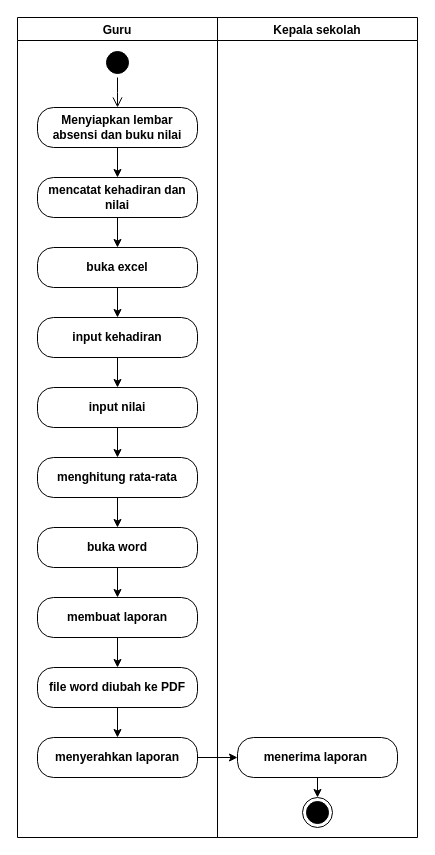
Before: aktifitas sebelum.drawio in k-bar-r/diagram, a draw.io diagram. Source tidied: cells renumbered, new cells numbered last; positions are measured from the earlier drawing's top-left corner, leaving out a move shared by most shapes. Both pictures are drawn from the tidied source at 100%, with x=0, y=0 at pixel (17, 17).
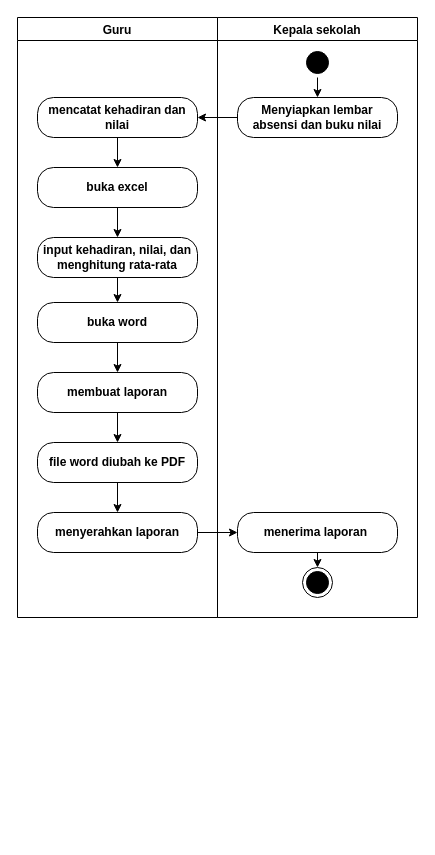
The same diagram, later.

What changed in the source:
```diff
@@
     <mxCell id="2" value="Guru" style="swimlane;rounded=0;align=center;verticalAlign=middle;fontFamily=Helvetica;fontSize=12;fontColor=light-dark(#000000,#000000);fillColor=none;gradientColor=none;strokeColor=light-dark(#000000,#000000);" parent="1" vertex="1">
-      <mxGeometry width="200" height="820" as="geometry" />
+      <mxGeometry width="200" height="600" as="geometry" />
     </mxCell>
-    <mxCell id="3" style="ellipse;html=1;shape=startState;fillColor=light-dark(#000000,#000000);strokeColor=light-dark(#000000,#000000);rounded=1;align=center;verticalAlign=middle;arcSize=40;fontFamily=Helvetica;fontSize=12;fontColor=light-dark(#000000,#000000);fontStyle=1;labelBackgroundColor=none;" parent="2" vertex="1">
-      <mxGeometry x="85" y="30" width="30" height="30" as="geometry" />
-    </mxCell>
-    <mxCell id="4" style="edgeStyle=orthogonalEdgeStyle;html=1;verticalAlign=bottom;endArrow=open;endSize=8;strokeColor=light-dark(#000000,#000000);rounded=0;align=center;fontFamily=Helvetica;fontSize=12;fontColor=light-dark(#000000,#000000);fontStyle=1;labelBackgroundColor=none;" parent="2" edge="1" source="3">
-      <mxGeometry relative="1" as="geometry">
-        <mxPoint x="100" y="90" as="targetPoint" />
-      </mxGeometry>
-    </mxCell>
-    <mxCell id="5" style="edgeStyle=orthogonalEdgeStyle;shape=connector;rounded=0;jettySize=auto;html=1;exitX=0.5;exitY=1;exitDx=0;exitDy=0;entryX=0.5;entryY=0;entryDx=0;entryDy=0;strokeColor=light-dark(#000000,#000000);align=center;verticalAlign=middle;fontFamily=Helvetica;fontSize=12;fontColor=light-dark(#000000,#000000);fontStyle=1;labelBackgroundColor=none;endArrow=classic;" parent="2" edge="1" source="6" target="8">
-      <mxGeometry relative="1" as="geometry" />
-    </mxCell>
-    <mxCell id="6" value="Menyiapkan lembar absensi dan buku nilai" style="rounded=1;whiteSpace=wrap;html=1;arcSize=40;fontColor=light-dark(#000000,#000000);fillColor=none;strokeColor=light-dark(#000000,#000000);align=center;verticalAlign=middle;fontFamily=Helvetica;fontSize=12;fontStyle=1;labelBackgroundColor=none;" parent="2" vertex="1">
-      <mxGeometry x="20" y="90" width="160" height="40" as="geometry" />
-    </mxCell>
@@
     <mxCell id="8" value="mencatat kehadiran dan nilai" style="rounded=1;whiteSpace=wrap;html=1;arcSize=40;fontColor=light-dark(#000000,#000000);fillColor=none;strokeColor=light-dark(#000000,#000000);align=center;verticalAlign=middle;fontFamily=Helvetica;fontSize=12;fontStyle=1;labelBackgroundColor=none;" parent="2" vertex="1">
-      <mxGeometry x="20" y="160" width="160" height="40" as="geometry" />
+      <mxGeometry x="20" y="80" width="160" height="40" as="geometry" />
     </mxCell>
@@
     <mxCell id="10" value="buka excel" style="rounded=1;whiteSpace=wrap;html=1;arcSize=40;fontColor=light-dark(#000000,#000000);fillColor=none;strokeColor=light-dark(#000000,#000000);align=center;verticalAlign=middle;fontFamily=Helvetica;fontSize=12;fontStyle=1;labelBackgroundColor=none;" parent="2" vertex="1">
-      <mxGeometry x="20" y="230" width="160" height="40" as="geometry" />
+      <mxGeometry x="20" y="150" width="160" height="40" as="geometry" />
     </mxCell>
-    <mxCell id="11" style="edgeStyle=orthogonalEdgeStyle;shape=connector;rounded=0;jettySize=auto;html=1;exitX=0.5;exitY=1;exitDx=0;exitDy=0;entryX=0.5;entryY=0;entryDx=0;entryDy=0;strokeColor=light-dark(#000000,#000000);align=center;verticalAlign=middle;fontFamily=Helvetica;fontSize=12;fontColor=light-dark(#000000,#000000);fontStyle=1;labelBackgroundColor=none;endArrow=classic;" parent="2" edge="1" source="12" target="14">
-      <mxGeometry relative="1" as="geometry" />
-    </mxCell>
+    <mxCell id="29" style="edgeStyle=orthogonalEdgeStyle;shape=connector;rounded=0;jettySize=auto;html=1;exitX=0.5;exitY=1;exitDx=0;exitDy=0;entryX=0.5;entryY=0;entryDx=0;entryDy=0;strokeColor=light-dark(#000000,#000000);align=center;verticalAlign=middle;fontFamily=Helvetica;fontSize=12;fontColor=light-dark(#000000,#000000);fontStyle=1;labelBackgroundColor=none;endArrow=classic;" parent="2" edge="1" source="12" target="18">
+      <mxGeometry relative="1" as="geometry" />
+    </mxCell>
-    <mxCell id="12" value="input kehadiran" style="rounded=1;whiteSpace=wrap;html=1;arcSize=40;fontColor=light-dark(#000000,#000000);fillColor=none;strokeColor=light-dark(#000000,#000000);align=center;verticalAlign=middle;fontFamily=Helvetica;fontSize=12;fontStyle=1;labelBackgroundColor=none;" parent="2" vertex="1">
-      <mxGeometry x="20" y="300" width="160" height="40" as="geometry" />
+    <mxCell id="12" value="input kehadiran, nilai, dan menghitung rata-rata" style="rounded=1;whiteSpace=wrap;html=1;arcSize=40;fontColor=light-dark(#000000,#000000);fillColor=none;strokeColor=light-dark(#000000,#000000);align=center;verticalAlign=middle;fontFamily=Helvetica;fontSize=12;fontStyle=1;labelBackgroundColor=none;" parent="2" vertex="1">
+      <mxGeometry x="20" y="220" width="160" height="40" as="geometry" />
     </mxCell>
-    <mxCell id="13" style="edgeStyle=orthogonalEdgeStyle;shape=connector;rounded=0;jettySize=auto;html=1;exitX=0.5;exitY=1;exitDx=0;exitDy=0;entryX=0.5;entryY=0;entryDx=0;entryDy=0;strokeColor=light-dark(#000000,#000000);align=center;verticalAlign=middle;fontFamily=Helvetica;fontSize=12;fontColor=light-dark(#000000,#000000);fontStyle=1;labelBackgroundColor=none;endArrow=classic;" parent="2" edge="1" source="14" target="16">
-      <mxGeometry relative="1" as="geometry" />
-    </mxCell>
-    <mxCell id="14" value="input nilai" style="rounded=1;whiteSpace=wrap;html=1;arcSize=40;fontColor=light-dark(#000000,#000000);fillColor=none;strokeColor=light-dark(#000000,#000000);align=center;verticalAlign=middle;fontFamily=Helvetica;fontSize=12;fontStyle=1;labelBackgroundColor=none;" parent="2" vertex="1">
-      <mxGeometry x="20" y="370" width="160" height="40" as="geometry" />
-    </mxCell>
-    <mxCell id="15" style="edgeStyle=orthogonalEdgeStyle;shape=connector;rounded=0;jettySize=auto;html=1;exitX=0.5;exitY=1;exitDx=0;exitDy=0;entryX=0.5;entryY=0;entryDx=0;entryDy=0;strokeColor=light-dark(#000000,#000000);align=center;verticalAlign=middle;fontFamily=Helvetica;fontSize=12;fontColor=light-dark(#000000,#000000);fontStyle=1;labelBackgroundColor=none;endArrow=classic;" parent="2" edge="1" source="16" target="18">
-      <mxGeometry relative="1" as="geometry" />
-    </mxCell>
-    <mxCell id="16" value="menghitung rata-rata" style="rounded=1;whiteSpace=wrap;html=1;arcSize=40;fontColor=light-dark(#000000,#000000);fillColor=none;strokeColor=light-dark(#000000,#000000);align=center;verticalAlign=middle;fontFamily=Helvetica;fontSize=12;fontStyle=1;labelBackgroundColor=none;" parent="2" vertex="1">
-      <mxGeometry x="20" y="440" width="160" height="40" as="geometry" />
-    </mxCell>
@@
     <mxCell id="18" value="buka word" style="rounded=1;whiteSpace=wrap;html=1;arcSize=40;fontColor=light-dark(#000000,#000000);fillColor=none;strokeColor=light-dark(#000000,#000000);align=center;verticalAlign=middle;fontFamily=Helvetica;fontSize=12;fontStyle=1;labelBackgroundColor=none;" parent="2" vertex="1">
-      <mxGeometry x="20" y="510" width="160" height="40" as="geometry" />
+      <mxGeometry x="20" y="285" width="160" height="40" as="geometry" />
     </mxCell>
@@
     <mxCell id="20" value="membuat laporan" style="rounded=1;whiteSpace=wrap;html=1;arcSize=40;fontColor=light-dark(#000000,#000000);fillColor=none;strokeColor=light-dark(#000000,#000000);align=center;verticalAlign=middle;fontFamily=Helvetica;fontSize=12;fontStyle=1;labelBackgroundColor=none;" parent="2" vertex="1">
-      <mxGeometry x="20" y="580" width="160" height="40" as="geometry" />
+      <mxGeometry x="20" y="355" width="160" height="40" as="geometry" />
     </mxCell>
@@
     <mxCell id="22" value="file word diubah ke PDF" style="rounded=1;whiteSpace=wrap;html=1;arcSize=40;fontColor=light-dark(#000000,#000000);fillColor=none;strokeColor=light-dark(#000000,#000000);align=center;verticalAlign=middle;fontFamily=Helvetica;fontSize=12;fontStyle=1;labelBackgroundColor=none;" parent="2" vertex="1">
-      <mxGeometry x="20" y="650" width="160" height="40" as="geometry" />
+      <mxGeometry x="20" y="425" width="160" height="40" as="geometry" />
     </mxCell>
     <mxCell id="23" value="menyerahkan laporan" style="rounded=1;whiteSpace=wrap;html=1;arcSize=40;fontColor=light-dark(#000000,#000000);fillColor=none;strokeColor=light-dark(#000000,#000000);align=center;verticalAlign=middle;fontFamily=Helvetica;fontSize=12;fontStyle=1;labelBackgroundColor=none;" parent="2" vertex="1">
-      <mxGeometry x="20" y="720" width="160" height="40" as="geometry" />
+      <mxGeometry x="20" y="495" width="160" height="40" as="geometry" />
     </mxCell>
     <mxCell id="24" value="Kepala sekolah" style="swimlane;rounded=0;strokeColor=light-dark(#000000,#000000);align=center;verticalAlign=middle;arcSize=40;fontFamily=Helvetica;fontSize=12;fontColor=light-dark(#000000,#000000);fontStyle=1;labelBackgroundColor=none;fillColor=none;" parent="1" vertex="1">
-      <mxGeometry x="200" width="200" height="820" as="geometry" />
+      <mxGeometry x="200" width="200" height="600" as="geometry" />
     </mxCell>
@@
     <mxCell id="26" value="menerima laporan&amp;nbsp;" style="rounded=1;whiteSpace=wrap;html=1;arcSize=40;fontColor=light-dark(#000000,#000000);fillColor=none;strokeColor=light-dark(#000000,#000000);align=center;verticalAlign=middle;fontFamily=Helvetica;fontSize=12;fontStyle=1;labelBackgroundColor=none;" parent="24" vertex="1">
-      <mxGeometry x="20" y="720" width="160" height="40" as="geometry" />
+      <mxGeometry x="20" y="495" width="160" height="40" as="geometry" />
     </mxCell>
     <mxCell id="27" style="ellipse;html=1;shape=endState;fillColor=light-dark(#000000,#000000);strokeColor=light-dark(#000000,#000000);rounded=0;align=center;verticalAlign=middle;arcSize=40;fontFamily=Helvetica;fontSize=12;fontColor=light-dark(#000000,#000000);fontStyle=1;labelBackgroundColor=none;" parent="24" vertex="1">
-      <mxGeometry x="85" y="780" width="30" height="30" as="geometry" />
+      <mxGeometry x="85" y="550" width="30" height="30" as="geometry" />
     </mxCell>
+    <mxCell id="30" style="edgeStyle=orthogonalEdgeStyle;shape=connector;rounded=0;jettySize=auto;html=1;exitX=0.5;exitY=1;exitDx=0;exitDy=0;entryX=0.5;entryY=0;entryDx=0;entryDy=0;strokeColor=light-dark(#000000,#000000);align=center;verticalAlign=middle;fontFamily=Helvetica;fontSize=12;fontColor=light-dark(#000000,#000000);fontStyle=1;labelBackgroundColor=none;endArrow=classic;" parent="24" edge="1" source="3" target="6">
+      <mxGeometry relative="1" as="geometry" />
+    </mxCell>
+    <mxCell id="3" style="ellipse;html=1;shape=startState;fillColor=light-dark(#000000,#000000);strokeColor=light-dark(#000000,#000000);rounded=1;align=center;verticalAlign=middle;arcSize=40;fontFamily=Helvetica;fontSize=12;fontColor=light-dark(#000000,#000000);fontStyle=1;labelBackgroundColor=none;" parent="24" vertex="1">
+      <mxGeometry x="85" y="30" width="30" height="30" as="geometry" />
+    </mxCell>
+    <mxCell id="6" value="Menyiapkan lembar absensi dan buku nilai" style="rounded=1;whiteSpace=wrap;html=1;arcSize=40;fontColor=light-dark(#000000,#000000);fillColor=none;strokeColor=light-dark(#000000,#000000);align=center;verticalAlign=middle;fontFamily=Helvetica;fontSize=12;fontStyle=1;labelBackgroundColor=none;" parent="24" vertex="1">
+      <mxGeometry x="20" y="80" width="160" height="40" as="geometry" />
+    </mxCell>
@@
+    <mxCell id="5" style="edgeStyle=orthogonalEdgeStyle;shape=connector;rounded=0;jettySize=auto;html=1;exitX=0;exitY=0.5;exitDx=0;exitDy=0;strokeColor=light-dark(#000000,#000000);align=center;verticalAlign=middle;fontFamily=Helvetica;fontSize=12;fontColor=light-dark(#000000,#000000);fontStyle=1;labelBackgroundColor=none;endArrow=classic;" parent="1" edge="1" source="6" target="8">
+      <mxGeometry relative="1" as="geometry" />
+    </mxCell>
```
